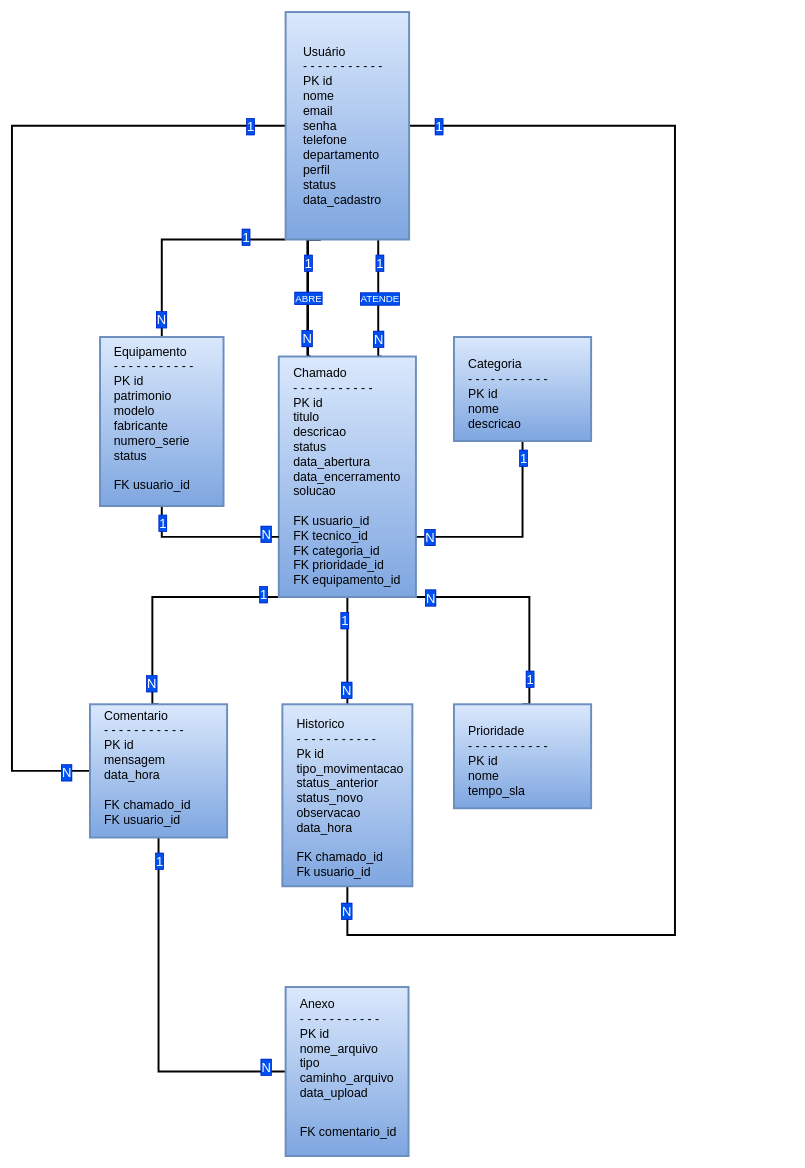
thiiigomes/TicketWorkFlow keeps this draw.io diagram as diagramas/diagramas-casos-de-uso.drawio. Above is the earlier version. Source tidied: cells renumbered, new cells numbered last; positions are measured from the earlier drawing's top-left corner, leaving out a move shared by most shapes. Both pictures are drawn from the tidied source at 65%, with x=0, y=0 at pixel (12, 12).
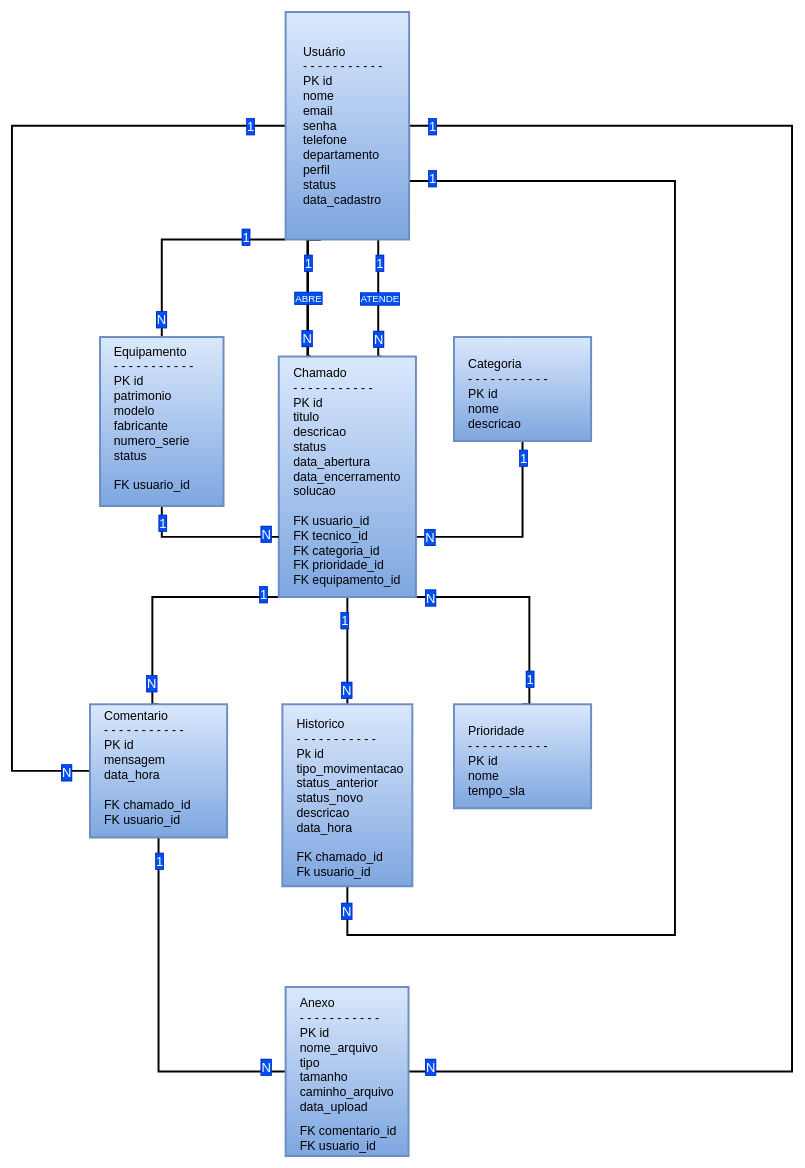
Above is the later version.

Unchanged cells that the change refers to:
```xml
<mxCell id="9" style="whiteSpace=wrap;html=1;align=center;strokeWidth=3;fillColor=#dae8fc;gradientColor=#7ea6e0;strokeColor=#6c8ebf;" parent="1" vertex="1">
  <mxGeometry x="420.9" width="190" height="350" as="geometry" />
</mxCell>
<mxCell id="27" style="whiteSpace=wrap;html=1;align=center;strokeWidth=3;fillColor=#dae8fc;gradientColor=#7ea6e0;strokeColor=#6c8ebf;" parent="1" vertex="1">
  <mxGeometry x="420.9" y="1500" width="189.1" height="260" as="geometry" />
</mxCell>
<mxCell id="29" style="whiteSpace=wrap;html=1;align=center;strokeWidth=3;fillColor=#dae8fc;gradientColor=#7ea6e0;strokeColor=#6c8ebf;" parent="1" vertex="1">
  <mxGeometry x="415.9" y="1065" width="200" height="280" as="geometry" />
</mxCell>
```

What changed in the source:
```diff
@@
     <mxCell id="8" style="edgeStyle=orthogonalEdgeStyle;rounded=0;jettySize=auto;html=1;exitX=1;exitY=0.5;exitDx=0;exitDy=0;entryX=0.5;entryY=1;entryDx=0;entryDy=0;strokeWidth=3;endArrow=none;endFill=0;" parent="1" edge="1" source="9" target="29">
       <mxGeometry relative="1" as="geometry">
         <Array as="points">
-          <mxPoint x="1019.9" y="175" />
+          <mxPoint x="610.9" y="260" />
+          <mxPoint x="1019.9" y="260" />
           <mxPoint x="1019.9" y="1420" />
           <mxPoint x="515.9" y="1420" />
         </Array>
       </mxGeometry>
     </mxCell>
+    <mxCell id="53" style="edgeStyle=orthogonalEdgeStyle;rounded=0;jettySize=auto;html=1;exitX=1;exitY=0.5;exitDx=0;exitDy=0;entryX=1;entryY=0.5;entryDx=0;entryDy=0;endArrow=none;endFill=0;strokeWidth=3;" parent="1" edge="1" source="9" target="27">
+      <mxGeometry relative="1" as="geometry">
+        <Array as="points">
+          <mxPoint x="1200" y="175" />
+          <mxPoint x="1200" y="1630" />
+        </Array>
+      </mxGeometry>
+    </mxCell>
@@
-    <mxCell id="28" value="&lt;span style=&quot;font-size: 19px;&quot;&gt;Anexo&lt;/span&gt;&lt;br&gt;&lt;div&gt;&lt;font style=&quot;font-size: 19px;&quot;&gt;- - - - - - - - - - -&amp;nbsp;&lt;/font&gt;&lt;/div&gt;&lt;div&gt;&lt;font style=&quot;font-size: 19px;&quot;&gt;PK id&lt;/font&gt;&lt;/div&gt;&lt;div&gt;&lt;span style=&quot;font-size: 19px;&quot;&gt;nome_arquivo&lt;/span&gt;&lt;/div&gt;&lt;div&gt;&lt;span style=&quot;font-size: 19px;&quot;&gt;tipo&lt;/span&gt;&lt;/div&gt;&lt;div&gt;&lt;span style=&quot;font-size: 19px;&quot;&gt;caminho_arquivo&lt;/span&gt;&lt;/div&gt;&lt;div&gt;&lt;span style=&quot;font-size: 19px;&quot;&gt;data_upload&lt;/span&gt;&lt;/div&gt;&lt;div&gt;&lt;br&gt;&lt;/div&gt;&lt;div&gt;&lt;span style=&quot;font-size: 19px;&quot;&gt;&lt;br&gt;&lt;/span&gt;&lt;/div&gt;&lt;div&gt;&lt;span style=&quot;font-size: 19px;&quot;&gt;FK comentario_id&lt;/span&gt;&lt;/div&gt;&lt;div&gt;&lt;font style=&quot;font-size: 16px;&quot;&gt;&lt;br&gt;&lt;/font&gt;&lt;/div&gt;" style="text;html=1;whiteSpace=wrap;strokeColor=none;fillColor=none;align=left;verticalAlign=middle;rounded=0;strokeWidth=5;" parent="1" vertex="1">
+    <mxCell id="28" value="&lt;span style=&quot;font-size: 19px;&quot;&gt;Anexo&lt;/span&gt;&lt;br&gt;&lt;div&gt;&lt;font style=&quot;font-size: 19px;&quot;&gt;- - - - - - - - - - -&amp;nbsp;&lt;/font&gt;&lt;/div&gt;&lt;div&gt;&lt;font style=&quot;font-size: 19px;&quot;&gt;PK id&lt;/font&gt;&lt;/div&gt;&lt;div&gt;&lt;span style=&quot;font-size: 19px;&quot;&gt;nome_arquivo&lt;/span&gt;&lt;/div&gt;&lt;div&gt;&lt;span style=&quot;font-size: 19px;&quot;&gt;tipo&lt;/span&gt;&lt;/div&gt;&lt;div&gt;&lt;span style=&quot;font-size: 19px;&quot;&gt;tamanho&lt;/span&gt;&lt;/div&gt;&lt;div&gt;&lt;span style=&quot;font-size: 19px;&quot;&gt;caminho_arquivo&lt;/span&gt;&lt;/div&gt;&lt;div&gt;&lt;span style=&quot;font-size: 19px;&quot;&gt;data_upload&lt;/span&gt;&lt;/div&gt;&lt;div&gt;&lt;br&gt;&lt;/div&gt;&lt;div&gt;&lt;span style=&quot;font-size: 19px; background-color: transparent; color: light-dark(rgb(0, 0, 0), rgb(255, 255, 255));&quot;&gt;FK comentario_id&lt;/span&gt;&lt;/div&gt;&lt;div&gt;&lt;font style=&quot;font-size: 19px;&quot;&gt;FK usuario_id&lt;/font&gt;&lt;/div&gt;" style="text;html=1;whiteSpace=wrap;strokeColor=none;fillColor=none;align=left;verticalAlign=middle;rounded=0;strokeWidth=5;" parent="1" vertex="1">
       <mxGeometry x="440.9" y="1610" width="159.1" height="50" as="geometry" />
     </mxCell>
@@
-    <mxCell id="30" value="&lt;div&gt;&lt;font style=&quot;font-size: 19px;&quot;&gt;Historico&lt;/font&gt;&lt;/div&gt;&lt;div&gt;&lt;font style=&quot;font-size: 19px;&quot;&gt;- - - - - - - - - - -&lt;/font&gt;&lt;/div&gt;&lt;div&gt;&lt;font style=&quot;font-size: 19px;&quot;&gt;Pk id&lt;/font&gt;&lt;/div&gt;&lt;div&gt;&lt;font style=&quot;font-size: 19px;&quot;&gt;tipo_movimentacao&lt;/font&gt;&lt;/div&gt;&lt;div&gt;&lt;font style=&quot;font-size: 19px;&quot;&gt;status_anterior&lt;/font&gt;&lt;/div&gt;&lt;div&gt;&lt;font style=&quot;font-size: 19px;&quot;&gt;status_novo&lt;/font&gt;&lt;/div&gt;&lt;div&gt;&lt;font style=&quot;font-size: 19px;&quot;&gt;observacao&lt;/font&gt;&lt;/div&gt;&lt;div&gt;&lt;font style=&quot;font-size: 19px;&quot;&gt;data_hora&lt;/font&gt;&lt;/div&gt;&lt;div&gt;&lt;font style=&quot;font-size: 19px;&quot;&gt;&lt;br&gt;&lt;/font&gt;&lt;/div&gt;&lt;div&gt;&lt;font style=&quot;font-size: 19px;&quot;&gt;FK chamado_id&lt;/font&gt;&lt;/div&gt;&lt;div&gt;&lt;font style=&quot;font-size: 19px;&quot;&gt;Fk usuario_id&lt;/font&gt;&lt;/div&gt;" style="text;html=1;whiteSpace=wrap;strokeColor=none;fillColor=none;align=left;verticalAlign=middle;rounded=0;strokeWidth=5;" parent="1" vertex="1">
+    <mxCell id="30" value="&lt;div&gt;&lt;font style=&quot;font-size: 19px;&quot;&gt;Historico&lt;/font&gt;&lt;/div&gt;&lt;div&gt;&lt;font style=&quot;font-size: 19px;&quot;&gt;- - - - - - - - - - -&lt;/font&gt;&lt;/div&gt;&lt;div&gt;&lt;font style=&quot;font-size: 19px;&quot;&gt;Pk id&lt;/font&gt;&lt;/div&gt;&lt;div&gt;&lt;font style=&quot;font-size: 19px;&quot;&gt;tipo_movimentacao&lt;/font&gt;&lt;/div&gt;&lt;div&gt;&lt;font style=&quot;font-size: 19px;&quot;&gt;status_anterior&lt;/font&gt;&lt;/div&gt;&lt;div&gt;&lt;font style=&quot;font-size: 19px;&quot;&gt;status_novo&lt;/font&gt;&lt;/div&gt;&lt;div&gt;&lt;span style=&quot;font-size: 19px;&quot;&gt;descricao&lt;/span&gt;&lt;/div&gt;&lt;div&gt;&lt;font style=&quot;font-size: 19px;&quot;&gt;data_hora&lt;/font&gt;&lt;/div&gt;&lt;div&gt;&lt;font style=&quot;font-size: 19px;&quot;&gt;&lt;br&gt;&lt;/font&gt;&lt;/div&gt;&lt;div&gt;&lt;font style=&quot;font-size: 19px;&quot;&gt;FK chamado_id&lt;/font&gt;&lt;/div&gt;&lt;div&gt;&lt;font style=&quot;font-size: 19px;&quot;&gt;Fk usuario_id&lt;/font&gt;&lt;/div&gt;" style="text;html=1;whiteSpace=wrap;strokeColor=none;fillColor=none;align=left;verticalAlign=middle;rounded=0;strokeWidth=5;" parent="1" vertex="1">
       <mxGeometry x="435.9" y="1185" width="130" height="50" as="geometry" />
     </mxCell>
@@
     <mxCell id="39" value="1" style="edgeLabel;html=1;align=center;verticalAlign=middle;fontSize=20;labelBackgroundColor=#0050ef;fontColor=#ffffff;labelBorderColor=#001DBC;" parent="1" vertex="1">
-      <mxGeometry x="650" y="300" as="geometry">
+      <mxGeometry x="640" y="380" as="geometry">
         <mxPoint x="6" y="-125" as="offset" />
       </mxGeometry>
     </mxCell>
@@
+    <mxCell id="54" value="1" style="edgeLabel;html=1;align=center;verticalAlign=middle;fontSize=20;labelBackgroundColor=#0050ef;fontColor=#ffffff;labelBorderColor=#001DBC;" parent="1" vertex="1">
+      <mxGeometry x="640" y="300" as="geometry">
+        <mxPoint x="6" y="-125" as="offset" />
+      </mxGeometry>
+    </mxCell>
+    <mxCell id="55" value="N" style="edgeLabel;html=1;align=center;verticalAlign=middle;fontSize=20;labelBackgroundColor=#0050ef;fontColor=#ffffff;labelBorderColor=#001DBC;" parent="1" vertex="1">
+      <mxGeometry x="699.9" y="1620" as="geometry">
+        <mxPoint x="-56" y="2" as="offset" />
+      </mxGeometry>
+    </mxCell>
```
